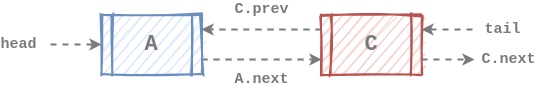
rolemadelen/euisblue.github.io keeps this draw.io diagram as assets/images/data-structure/linked-list/dll-insert3.png. Above is the earlier version. Source tidied: cells renumbered, new cells last; positions are measured from the earlier drawing's top-left corner, leaving out a move shared by most shapes.
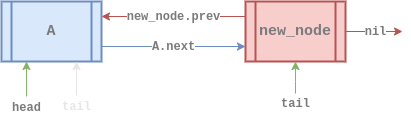
After the change.

Diff of the diagram source:
```diff
@@ -2,45 +2,43 @@
   <root>
     <mxCell id="0" />
     <mxCell id="1" parent="0" />
-    <mxCell id="2" value="&lt;font color=&quot;#7a7a7a&quot; face=&quot;Courier New&quot; size=&quot;1&quot;&gt;&lt;b style=&quot;font-size: 15px&quot;&gt;A.next&lt;/b&gt;&lt;/font&gt;" style="edgeStyle=orthogonalEdgeStyle;curved=1;rounded=0;sketch=0;jettySize=auto;html=1;exitX=1;exitY=0.75;exitDx=0;exitDy=0;entryX=0;entryY=0.75;entryDx=0;entryDy=0;dashed=1;endArrow=classic;endFill=1;strokeColor=#7a7a7a;strokeWidth=2;" parent="1" edge="1" source="3" target="6">
-      <mxGeometry y="-20" relative="1" as="geometry">
-        <Array as="points">
-          <mxPoint x="211" y="45" />
-          <mxPoint x="211" y="45" />
-        </Array>
-      </mxGeometry>
+    <mxCell id="2" value="&lt;b style=&quot;color: rgb(0 , 0 , 0) ; font-size: 11px ; font-style: normal ; letter-spacing: normal ; text-align: center ; text-indent: 0px ; text-transform: none ; word-spacing: 0px ; font-family: &amp;#34;courier new&amp;#34;&quot;&gt;&lt;font color=&quot;#7a7a7a&quot; style=&quot;font-size: 12px&quot;&gt;A.next&lt;/font&gt;&lt;/b&gt;" style="edgeStyle=none;rounded=0;jettySize=auto;html=1;exitX=1;exitY=0.75;exitDx=0;exitDy=0;entryX=0;entryY=0.75;entryDx=0;entryDy=0;fillColor=#dae8fc;strokeColor=#6c8ebf;" parent="1" edge="1" source="3" target="8">
+      <mxGeometry relative="1" as="geometry" />
     </mxCell>
-    <mxCell id="3" value="&lt;b&gt;&lt;font style=&quot;font-size: 22px&quot; face=&quot;Courier New&quot; color=&quot;#7a7a7a&quot;&gt;A&lt;/font&gt;&lt;/b&gt;" style="shape=process;whiteSpace=wrap;html=1;backgroundOutline=1;fillColor=#dae8fc;strokeColor=#6c8ebf;gradientDirection=east;strokeWidth=2;shadow=0;glass=0;sketch=1;" parent="1" vertex="1">
+    <mxCell id="3" value="&lt;div&gt;&lt;font color=&quot;#7a7a7a&quot; face=&quot;courier new&quot;&gt;&lt;span style=&quot;font-size: 15px&quot;&gt;A&lt;/span&gt;&lt;/font&gt;&lt;/div&gt;" style="shape=process;whiteSpace=wrap;html=1;backgroundOutline=1;fillColor=#dae8fc;strokeColor=#6c8ebf;gradientDirection=east;strokeWidth=2;shadow=0;glass=0;align=center;sketch=0;fontStyle=1;" parent="1" vertex="1">
       <mxGeometry x="51" width="100" height="60" as="geometry" />
     </mxCell>
-    <mxCell id="4" value="&lt;b&gt;&lt;font style=&quot;font-size: 15px&quot; face=&quot;Courier New&quot; color=&quot;#7a7a7a&quot;&gt;C.prev&lt;/font&gt;&lt;/b&gt;" style="edgeStyle=orthogonalEdgeStyle;curved=1;rounded=0;sketch=0;jettySize=auto;html=1;exitX=0;exitY=0.25;exitDx=0;exitDy=0;entryX=1;entryY=0.25;entryDx=0;entryDy=0;endArrow=classic;endFill=1;strokeColor=#7a7a7a;strokeWidth=2;dashed=1;" parent="1" edge="1" source="6" target="3">
-      <mxGeometry y="-20" relative="1" as="geometry">
-        <Array as="points">
-          <mxPoint x="211" y="15" />
-          <mxPoint x="211" y="15" />
-        </Array>
+    <mxCell id="4" value="&lt;font color=&quot;#7a7a7a&quot; face=&quot;courier new&quot;&gt;&lt;span style=&quot;font-size: 12px&quot;&gt;&lt;b&gt;head&lt;/b&gt;&lt;/span&gt;&lt;/font&gt;" style="rounded=0;jettySize=auto;html=1;fillColor=#d5e8d4;strokeColor=#82b366;entryX=0.25;entryY=1;entryDx=0;entryDy=0;" parent="1" edge="1" target="3">
+      <mxGeometry x="-1" y="-11" relative="1" as="geometry">
+        <mxPoint x="76" y="95" as="sourcePoint" />
+        <mxPoint x="-11" y="11" as="offset" />
       </mxGeometry>
     </mxCell>
-    <mxCell id="5" value="&lt;b style=&quot;color: rgb(0 , 0 , 0) ; font-family: &amp;#34;helvetica&amp;#34; ; font-style: normal ; letter-spacing: normal ; text-align: center ; text-indent: 0px ; text-transform: none ; word-spacing: 0px&quot;&gt;&lt;font face=&quot;Courier New&quot; color=&quot;#7a7a7a&quot; style=&quot;font-size: 15px&quot;&gt;C.next&lt;/font&gt;&lt;/b&gt;" style="edgeStyle=none;rounded=0;sketch=0;jettySize=auto;html=1;exitX=1;exitY=0.75;exitDx=0;exitDy=0;dashed=1;endArrow=classic;endFill=1;strokeColor=#7a7a7a;strokeWidth=2;" parent="1" edge="1" source="6">
-      <mxGeometry x="1" y="34" relative="1" as="geometry">
-        <mxPoint x="424" y="45" as="targetPoint" />
-        <mxPoint x="34" y="34" as="offset" />
+    <mxCell id="5" value="&lt;font face=&quot;courier new&quot; color=&quot;#e6e6e6&quot;&gt;&lt;span style=&quot;font-size: 12px&quot;&gt;&lt;b&gt;tail&lt;/b&gt;&lt;/span&gt;&lt;/font&gt;" style="rounded=0;jettySize=auto;html=1;fillColor=#f5f5f5;entryX=0.75;entryY=1;entryDx=0;entryDy=0;strokeColor=#E6E6E6;" parent="1" edge="1" target="3">
+      <mxGeometry x="-1" y="-11" relative="1" as="geometry">
+        <mxPoint x="126" y="94" as="sourcePoint" />
+        <mxPoint x="-11" y="11" as="offset" />
       </mxGeometry>
     </mxCell>
-    <mxCell id="6" value="&lt;div&gt;&lt;b style=&quot;font-size: 22px ; color: rgb(122 , 122 , 122) ; font-family: &amp;#34;courier new&amp;#34;&quot;&gt;C&lt;/b&gt;&lt;/div&gt;" style="shape=process;whiteSpace=wrap;html=1;backgroundOutline=1;fillColor=#f8cecc;strokeColor=#b85450;gradientDirection=east;strokeWidth=2;shadow=0;glass=0;sketch=1;align=center;" parent="1" vertex="1">
-      <mxGeometry x="271" width="100" height="60" as="geometry" />
+    <mxCell id="6" value="&lt;b style=&quot;color: rgb(0 , 0 , 0) ; font-size: 11px ; font-style: normal ; letter-spacing: normal ; text-align: center ; text-indent: 0px ; text-transform: none ; word-spacing: 0px ; font-family: &amp;#34;courier new&amp;#34;&quot;&gt;&lt;font color=&quot;#7a7a7a&quot; style=&quot;font-size: 12px&quot;&gt;new_node.prev&lt;/font&gt;&lt;/b&gt;" style="edgeStyle=none;rounded=0;jettySize=auto;html=1;exitX=0;exitY=0.25;exitDx=0;exitDy=0;entryX=1;entryY=0.25;entryDx=0;entryDy=0;fillColor=#f8cecc;strokeColor=#b85450;" parent="1" edge="1" source="8" target="3">
+      <mxGeometry relative="1" as="geometry" />
     </mxCell>
-    <mxCell id="7" value="&lt;b style=&quot;color: rgb(0 , 0 , 0) ; font-family: &amp;#34;helvetica&amp;#34; ; font-style: normal ; letter-spacing: normal ; text-align: center ; text-indent: 0px ; text-transform: none ; word-spacing: 0px&quot;&gt;&lt;font face=&quot;Courier New&quot; color=&quot;#7a7a7a&quot; style=&quot;font-size: 15px&quot;&gt;head&lt;/font&gt;&lt;/b&gt;" style="endArrow=classic;html=1;dashed=1;strokeColor=#7a7a7a;strokeWidth=2;entryX=0;entryY=0.5;entryDx=0;entryDy=0;" parent="1" edge="1" target="3">
-      <mxGeometry x="-1" y="-32" relative="1" as="geometry">
-        <mxPoint y="30" as="sourcePoint" />
-        <mxPoint x="-32" y="-32" as="offset" />
+    <mxCell id="7" value="&lt;b style=&quot;color: rgb(0 , 0 , 0) ; font-size: 11px ; font-style: normal ; letter-spacing: normal ; text-align: center ; text-indent: 0px ; text-transform: none ; word-spacing: 0px ; font-family: &amp;#34;courier new&amp;#34;&quot;&gt;&lt;font color=&quot;#7a7a7a&quot; style=&quot;font-size: 12px&quot;&gt;nil&lt;br&gt;&lt;/font&gt;&lt;/b&gt;" style="edgeStyle=none;rounded=0;jettySize=auto;html=1;exitX=1;exitY=0.5;exitDx=0;exitDy=0;fillColor=#f8cecc;strokeColor=#b85450;" parent="1" edge="1" source="8">
+      <mxGeometry x="0.04" relative="1" as="geometry">
+        <mxPoint x="452" y="30" as="targetPoint" />
       </mxGeometry>
     </mxCell>
-    <mxCell id="8" value="&lt;b style=&quot;color: rgb(0 , 0 , 0) ; font-family: &amp;#34;helvetica&amp;#34; ; font-style: normal ; letter-spacing: normal ; text-align: center ; text-indent: 0px ; text-transform: none ; word-spacing: 0px&quot;&gt;&lt;font face=&quot;Courier New&quot; color=&quot;#7a7a7a&quot; style=&quot;font-size: 15px&quot;&gt;tail&lt;/font&gt;&lt;/b&gt;" style="endArrow=classic;html=1;dashed=1;strokeColor=#7a7a7a;strokeWidth=2;entryX=1;entryY=0.25;entryDx=0;entryDy=0;" parent="1" edge="1" target="6">
-      <mxGeometry x="-1" y="-30" relative="1" as="geometry">
-        <mxPoint x="422" y="15" as="sourcePoint" />
-        <mxPoint x="30" y="30" as="offset" />
-      </mxGeometry>
+    <mxCell id="8" value="&lt;div&gt;&lt;font color=&quot;#7a7a7a&quot; face=&quot;courier new&quot; style=&quot;font-size: 15px&quot;&gt;new_node&lt;/font&gt;&lt;/div&gt;" style="shape=process;whiteSpace=wrap;html=1;backgroundOutline=1;fillColor=#f8cecc;strokeColor=#b85450;gradientDirection=east;strokeWidth=2;shadow=0;glass=0;align=center;sketch=0;fontStyle=1;" parent="1" vertex="1">
+      <mxGeometry x="295" width="100" height="60" as="geometry" />
     </mxCell>
+    <mxCell id="9" value="&lt;meta charset=&quot;utf-8&quot;&gt;&lt;b style=&quot;color: rgb(122, 122, 122); font-family: &amp;quot;courier new&amp;quot;; font-size: 12px; font-style: normal; letter-spacing: normal; text-align: center; text-indent: 0px; text-transform: none; word-spacing: 0px; background-color: rgb(255, 255, 255);&quot;&gt;tail&lt;/b&gt;" style="rounded=0;jettySize=auto;html=1;fillColor=#d5e8d4;strokeColor=#82b366;entryX=0.5;entryY=1;entryDx=0;entryDy=0;edgeStyle=elbowEdgeStyle;" parent="1" edge="1" target="8">
+      <mxGeometry x="-0.25" y="-22" relative="1" as="geometry">
+        <mxPoint x="345" y="92" as="sourcePoint" />
+        <Array as="points">
+          <mxPoint x="345" y="80" />
+        </Array>
+        <mxPoint x="-22" y="22" as="offset" />
+      </mxGeometry>
+    </mxCell>
   </root>
 </mxGraphModel>
```
